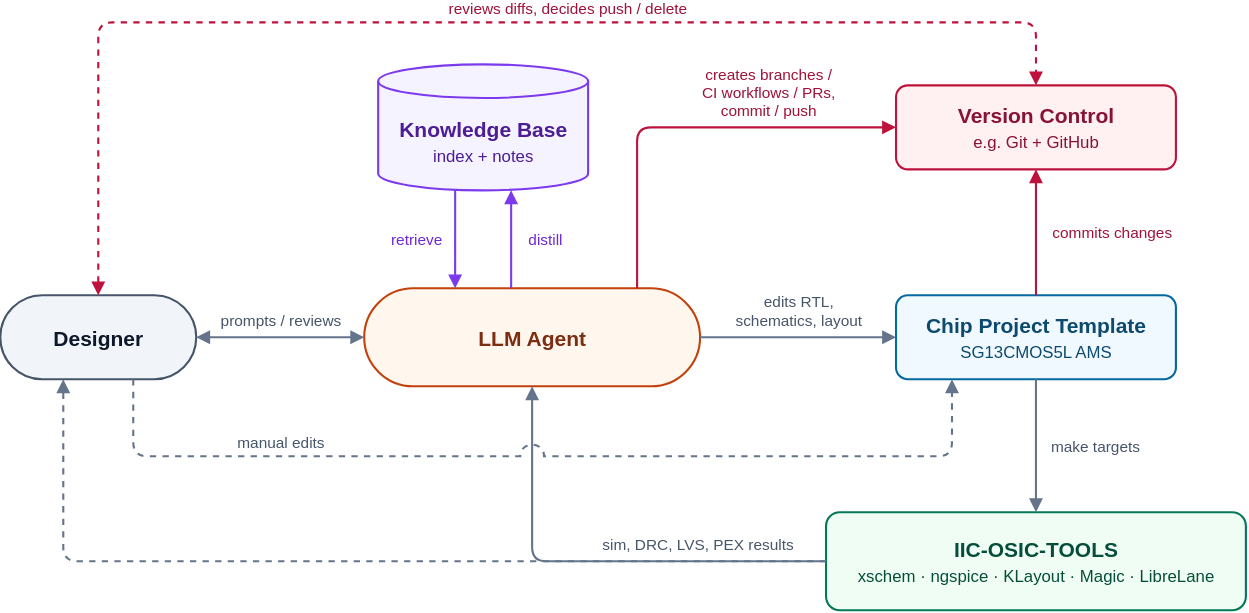
Above: figures/llm_agent_flow/llm_agent_flow.svg in iic-jku/vlsi-design (draw.io), before the change. Source tidied: cells renumbered, new cells last; positions are measured from the earlier drawing's top-left corner, leaving out a move shared by most shapes. Its diagram source:
```xml
<mxGraphModel>
  <root>
    <mxCell id="0" />
    <mxCell id="1" parent="0" />
    <mxCell id="2" value="&lt;b&gt;Knowledge Base&lt;/b&gt;&lt;br&gt;&lt;font style=&quot;font-size: 12px;&quot;&gt;index + notes&lt;/font&gt;" style="shape=cylinder3;whiteSpace=wrap;html=1;boundedLbl=1;backgroundOutline=1;size=12;fillColor=#F5F3FF;strokeColor=#7C3AED;strokeWidth=1.5;fontColor=#4C1D95;fontSize=15;fontFamily=Helvetica;" parent="1" vertex="1">
      <mxGeometry x="270" y="30" width="150" height="90" as="geometry" />
    </mxCell>
    <mxCell id="3" value="&lt;b&gt;Designer&lt;/b&gt;" style="rounded=1;arcSize=50;whiteSpace=wrap;html=1;fillColor=#F1F5F9;strokeColor=#475569;strokeWidth=1.5;fontColor=#0F172A;fontSize=15;fontFamily=Helvetica;" parent="1" vertex="1">
      <mxGeometry y="195" width="140" height="60" as="geometry" />
    </mxCell>
    <mxCell id="4" value="&lt;b&gt;LLM Agent&lt;/b&gt;" style="rounded=1;arcSize=50;whiteSpace=wrap;html=1;fillColor=#FFF7ED;strokeColor=#C2410C;strokeWidth=1.5;fontColor=#7C2D12;fontSize=15;fontFamily=Helvetica;" parent="1" vertex="1">
      <mxGeometry x="260" y="190" width="240" height="70" as="geometry" />
    </mxCell>
    <mxCell id="5" value="&lt;b&gt;Chip Project Template&lt;/b&gt;&lt;br&gt;&lt;font style=&quot;font-size: 12px;&quot;&gt;SG13CMOS5L AMS&lt;/font&gt;" style="rounded=1;arcSize=14;whiteSpace=wrap;html=1;fillColor=#F0F9FF;strokeColor=#0369A1;strokeWidth=1.5;fontColor=#0C4A6E;fontSize=15;fontFamily=Helvetica;" parent="1" vertex="1">
      <mxGeometry x="640" y="195" width="200" height="60" as="geometry" />
    </mxCell>
    <mxCell id="6" value="&lt;b&gt;Version Control&lt;/b&gt;&lt;br&gt;&lt;font style=&quot;font-size: 12px;&quot;&gt;e.g. Git + GitHub&lt;/font&gt;" style="rounded=1;arcSize=14;whiteSpace=wrap;html=1;fillColor=#FFF1F2;strokeColor=#BE123C;strokeWidth=1.5;fontColor=#881337;fontSize=15;fontFamily=Helvetica;" parent="1" vertex="1">
      <mxGeometry x="640" y="45" width="200" height="60" as="geometry" />
    </mxCell>
    <mxCell id="7" value="&lt;b&gt;IIC-OSIC-TOOLS&lt;/b&gt;&lt;br&gt;&lt;font style=&quot;font-size: 12px;&quot;&gt;xschem · ngspice · KLayout · Magic · LibreLane&lt;/font&gt;" style="rounded=1;arcSize=14;whiteSpace=wrap;html=1;fillColor=#F0FDF4;strokeColor=#047857;strokeWidth=1.5;fontColor=#064E3B;fontSize=15;fontFamily=Helvetica;" parent="1" vertex="1">
      <mxGeometry x="590" y="350" width="300" height="70" as="geometry" />
    </mxCell>
    <mxCell id="8" value="prompts / reviews" style="edgeStyle=orthogonalEdgeStyle;html=1;rounded=1;startArrow=block;startFill=1;endArrow=block;endFill=1;strokeColor=#64748B;strokeWidth=1.5;fontColor=#475569;fontSize=11;fontFamily=Helvetica;exitX=1;exitY=0.5;exitDx=0;exitDy=0;entryX=0;entryY=0.5;entryDx=0;entryDy=0;" parent="1" edge="1" source="3" target="4">
      <mxGeometry relative="1" as="geometry">
        <mxPoint y="-12" as="offset" />
      </mxGeometry>
    </mxCell>
    <mxCell id="9" value="reviews diffs, decides push / delete" style="edgeStyle=orthogonalEdgeStyle;html=1;rounded=1;dashed=1;startArrow=block;startFill=1;endArrow=block;endFill=1;strokeColor=#BE123C;strokeWidth=1.5;fontColor=#9F1239;fontSize=11;fontFamily=Helvetica;exitX=0.5;exitY=0;exitDx=0;exitDy=0;entryX=0.5;entryY=0;entryDx=0;entryDy=0;" parent="1" edge="1" source="3" target="6">
      <mxGeometry x="0.17" relative="1" as="geometry">
        <Array as="points">
          <mxPoint x="70" />
          <mxPoint x="740" />
        </Array>
        <mxPoint y="-10" as="offset" />
      </mxGeometry>
    </mxCell>
    <mxCell id="10" value="retrieve" style="edgeStyle=orthogonalEdgeStyle;html=1;rounded=1;endArrow=block;endFill=1;strokeColor=#7C3AED;strokeWidth=1.5;fontColor=#6D28D9;fontSize=11;fontFamily=Helvetica;exitX=0.3667;exitY=1;exitDx=0;exitDy=0;exitPerimeter=0;entryX=0.2708;entryY=0;entryDx=0;entryDy=0;" parent="1" edge="1" source="2" target="4">
      <mxGeometry relative="1" as="geometry">
        <mxPoint x="-28" as="offset" />
      </mxGeometry>
    </mxCell>
    <mxCell id="11" value="distill" style="edgeStyle=orthogonalEdgeStyle;html=1;rounded=1;endArrow=block;endFill=1;strokeColor=#7C3AED;strokeWidth=1.5;fontColor=#6D28D9;fontSize=11;fontFamily=Helvetica;exitX=0.4375;exitY=0;exitDx=0;exitDy=0;entryX=0.6333;entryY=1;entryDx=0;entryDy=0;entryPerimeter=0;" parent="1" edge="1" source="4" target="2">
      <mxGeometry relative="1" as="geometry">
        <mxPoint x="24" as="offset" />
      </mxGeometry>
    </mxCell>
    <mxCell id="12" value="creates branches /&amp;nbsp;&lt;div&gt;CI workflows / PRs,&amp;nbsp;&lt;/div&gt;&lt;div&gt;commit / push&amp;nbsp;&lt;/div&gt;" style="edgeStyle=orthogonalEdgeStyle;html=1;rounded=1;endArrow=block;endFill=1;strokeColor=#BE123C;strokeWidth=1.5;fontColor=#9F1239;fontSize=11;fontFamily=Helvetica;exitX=0.8125;exitY=0;exitDx=0;exitDy=0;entryX=0;entryY=0.5;entryDx=0;entryDy=0;" parent="1" edge="1" source="4" target="6">
      <mxGeometry x="0.4" y="25" relative="1" as="geometry">
        <Array as="points">
          <mxPoint x="455" y="75" />
        </Array>
      </mxGeometry>
    </mxCell>
    <mxCell id="13" value="edits RTL,&lt;br&gt;schematics, layout" style="edgeStyle=orthogonalEdgeStyle;html=1;rounded=1;endArrow=block;endFill=1;strokeColor=#64748B;strokeWidth=1.5;fontColor=#475569;fontSize=11;fontFamily=Helvetica;exitX=1;exitY=0.5;exitDx=0;exitDy=0;entryX=0;entryY=0.5;entryDx=0;entryDy=0;" parent="1" edge="1" source="4" target="5">
      <mxGeometry relative="1" as="geometry">
        <mxPoint y="-19" as="offset" />
      </mxGeometry>
    </mxCell>
    <mxCell id="14" value="commits changes" style="edgeStyle=orthogonalEdgeStyle;html=1;rounded=1;endArrow=block;endFill=1;strokeColor=#BE123C;strokeWidth=1.5;fontColor=#9F1239;fontSize=11;fontFamily=Helvetica;exitX=0.5;exitY=0;exitDx=0;exitDy=0;entryX=0.5;entryY=1;entryDx=0;entryDy=0;" parent="1" edge="1" source="5" target="6">
      <mxGeometry relative="1" as="geometry">
        <mxPoint x="54" as="offset" />
      </mxGeometry>
    </mxCell>
    <mxCell id="15" value="make targets" style="edgeStyle=orthogonalEdgeStyle;html=1;rounded=1;endArrow=block;endFill=1;strokeColor=#64748B;strokeWidth=1.5;fontColor=#475569;fontSize=11;fontFamily=Helvetica;exitX=0.5;exitY=1;exitDx=0;exitDy=0;entryX=0.5;entryY=0;entryDx=0;entryDy=0;" parent="1" edge="1" source="5" target="7">
      <mxGeometry relative="1" as="geometry">
        <mxPoint x="42" as="offset" />
      </mxGeometry>
    </mxCell>
    <mxCell id="16" style="edgeStyle=orthogonalEdgeStyle;html=1;rounded=1;dashed=1;endArrow=block;endFill=1;strokeColor=#64748B;strokeWidth=1.5;fontColor=#475569;fontSize=11;fontFamily=Helvetica;exitX=0;exitY=0.5;exitDx=0;exitDy=0;entryX=0.3214;entryY=1;entryDx=0;entryDy=0;" parent="1" edge="1" source="7" target="3">
      <mxGeometry relative="1" as="geometry">
        <Array as="points">
          <mxPoint x="45" y="385" />
        </Array>
      </mxGeometry>
    </mxCell>
    <mxCell id="17" value="sim, DRC, LVS, PEX results" style="edgeStyle=orthogonalEdgeStyle;html=1;rounded=1;endArrow=block;endFill=1;strokeColor=#64748B;strokeWidth=1.5;fontColor=#475569;fontSize=11;fontFamily=Helvetica;exitX=0;exitY=0.5;exitDx=0;exitDy=0;entryX=0.5;entryY=1;entryDx=0;entryDy=0;" parent="1" edge="1" source="7" target="4">
      <mxGeometry x="-0.45" relative="1" as="geometry">
        <Array as="points">
          <mxPoint x="380" y="385" />
        </Array>
        <mxPoint y="-12" as="offset" />
      </mxGeometry>
    </mxCell>
    <mxCell id="18" value="manual edits" style="edgeStyle=orthogonalEdgeStyle;html=1;rounded=1;dashed=1;jumpStyle=arc;jumpSize=16;endArrow=block;endFill=1;strokeColor=#64748B;strokeWidth=1.5;fontColor=#475569;fontSize=11;fontFamily=Helvetica;exitX=0.6786;exitY=1;exitDx=0;exitDy=0;entryX=0.2;entryY=1;entryDx=0;entryDy=0;" parent="1" edge="1" source="3" target="5">
      <mxGeometry x="-0.54" y="10" relative="1" as="geometry">
        <Array as="points">
          <mxPoint x="95" y="310" />
          <mxPoint x="680" y="310" />
        </Array>
      </mxGeometry>
    </mxCell>
  </root>
</mxGraphModel>
```
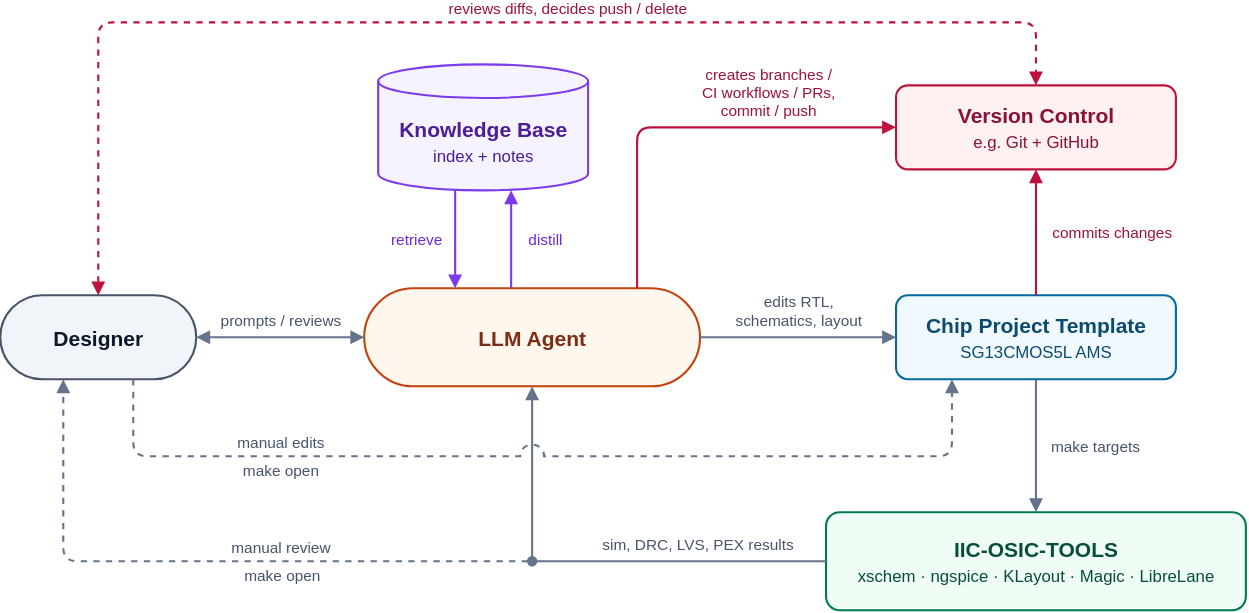
Above is the later version.

Change to the diagram source:
```diff
@@ -20,6 +20,9 @@
     <mxCell id="7" value="&lt;b&gt;IIC-OSIC-TOOLS&lt;/b&gt;&lt;br&gt;&lt;font style=&quot;font-size: 12px;&quot;&gt;xschem · ngspice · KLayout · Magic · LibreLane&lt;/font&gt;" style="rounded=1;arcSize=14;whiteSpace=wrap;html=1;fillColor=#F0FDF4;strokeColor=#047857;strokeWidth=1.5;fontColor=#064E3B;fontSize=15;fontFamily=Helvetica;" parent="1" vertex="1">
       <mxGeometry x="590" y="350" width="300" height="70" as="geometry" />
     </mxCell>
+    <mxCell id="19" style="ellipse;html=1;fillColor=#64748B;strokeColor=#64748B;strokeWidth=1.5;" parent="1" vertex="1">
+      <mxGeometry x="377" y="382" width="6" height="6" as="geometry" />
+    </mxCell>
     <mxCell id="8" value="prompts / reviews" style="edgeStyle=orthogonalEdgeStyle;html=1;rounded=1;startArrow=block;startFill=1;endArrow=block;endFill=1;strokeColor=#64748B;strokeWidth=1.5;fontColor=#475569;fontSize=11;fontFamily=Helvetica;exitX=1;exitY=0.5;exitDx=0;exitDy=0;entryX=0;entryY=0.5;entryDx=0;entryDy=0;" parent="1" edge="1" source="3" target="4">
       <mxGeometry relative="1" as="geometry">
         <mxPoint y="-12" as="offset" />
@@ -66,14 +69,17 @@
         <mxPoint x="42" as="offset" />
       </mxGeometry>
     </mxCell>
-    <mxCell id="16" style="edgeStyle=orthogonalEdgeStyle;html=1;rounded=1;dashed=1;endArrow=block;endFill=1;strokeColor=#64748B;strokeWidth=1.5;fontColor=#475569;fontSize=11;fontFamily=Helvetica;exitX=0;exitY=0.5;exitDx=0;exitDy=0;entryX=0.3214;entryY=1;entryDx=0;entryDy=0;" parent="1" edge="1" source="7" target="3">
-      <mxGeometry relative="1" as="geometry">
+    <mxCell id="16" value="manual review" style="edgeStyle=orthogonalEdgeStyle;html=1;rounded=1;dashed=1;endArrow=block;endFill=1;strokeColor=#64748B;strokeWidth=1.5;fontColor=#475569;fontSize=11;fontFamily=Helvetica;exitX=0;exitY=0.5;exitDx=0;exitDy=0;entryX=0.3214;entryY=1;entryDx=0;entryDy=0;" parent="1" edge="1" source="19" target="3">
+      <mxGeometry x="-0.23" y="-10" relative="1" as="geometry">
         <Array as="points">
           <mxPoint x="45" y="385" />
         </Array>
       </mxGeometry>
     </mxCell>
+    <mxCell id="20" value="make open" style="edgeLabel;html=1;align=center;verticalAlign=middle;labelBackgroundColor=none;fontColor=#475569;fontSize=11;fontFamily=Helvetica;" parent="16" vertex="1">
+      <mxGeometry x="-0.23" y="9" relative="1" as="geometry" />
+    </mxCell>
-    <mxCell id="17" value="sim, DRC, LVS, PEX results" style="edgeStyle=orthogonalEdgeStyle;html=1;rounded=1;endArrow=block;endFill=1;strokeColor=#64748B;strokeWidth=1.5;fontColor=#475569;fontSize=11;fontFamily=Helvetica;exitX=0;exitY=0.5;exitDx=0;exitDy=0;entryX=0.5;entryY=1;entryDx=0;entryDy=0;" parent="1" edge="1" source="7" target="4">
+    <mxCell id="17" value="sim, DRC, LVS, PEX results" style="edgeStyle=orthogonalEdgeStyle;html=1;rounded=0;endArrow=block;endFill=1;strokeColor=#64748B;strokeWidth=1.5;fontColor=#475569;fontSize=11;fontFamily=Helvetica;exitX=0;exitY=0.5;exitDx=0;exitDy=0;entryX=0.5;entryY=1;entryDx=0;entryDy=0;" parent="1" edge="1" source="7" target="4">
       <mxGeometry x="-0.45" relative="1" as="geometry">
         <Array as="points">
           <mxPoint x="380" y="385" />
@@ -89,5 +95,8 @@
         </Array>
       </mxGeometry>
     </mxCell>
+    <mxCell id="21" value="make open" style="edgeLabel;html=1;align=center;verticalAlign=middle;labelBackgroundColor=none;fontColor=#475569;fontSize=11;fontFamily=Helvetica;" parent="18" vertex="1">
+      <mxGeometry x="-0.54" y="-9" relative="1" as="geometry" />
+    </mxCell>
   </root>
 </mxGraphModel>
```
